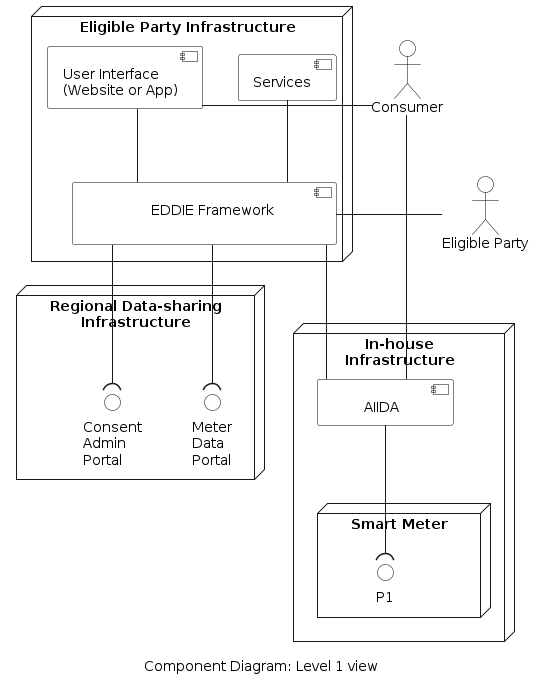
Above: arc42/05-building-block-view/figures/component-diagram-level-1.png in eddie-energy/architecture (PlantUML), before the change.
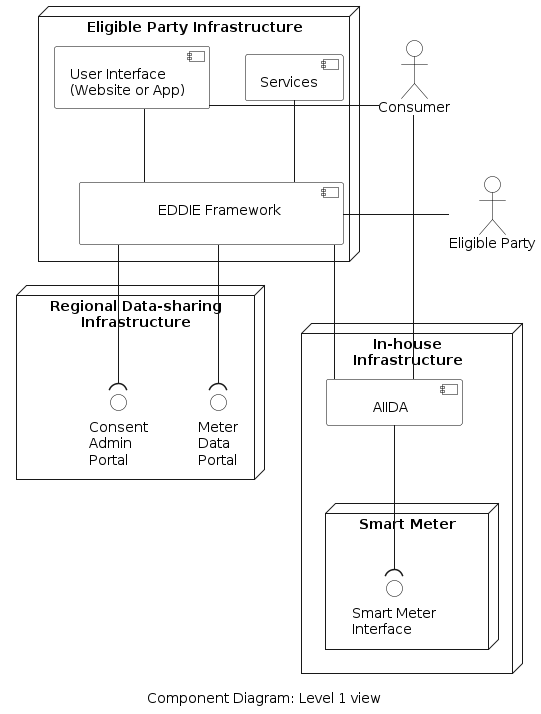
The same file after the commit.

Diff of the diagram source:
```diff
@@ -39,7 +39,7 @@
 node "In-house\nInfrastructure" {
   component "\tAIIDA\t" as aiida
   node "Smart Meter" as meter {
-      interface "P1" as p1
+      interface "Smart Meter\nInterface" as p1
   }
   aiida -down-( p1
 }
```
